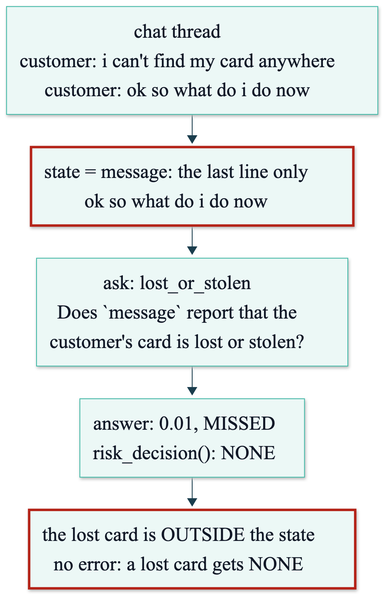
axel-sirota/getting_started_jev keeps this Mermaid diagram as course/diagrams/module_02/p2-problem-last-line.png. Above is the earlier version. Its source is kept beside it as course/diagrams/module_02/p2-problem-last-line.mmd. Source of this version:
```mermaid
%%{init: {"theme": "base", "themeVariables": {"fontFamily": "Inter, sans-serif", "primaryColor": "#ECF8F6", "primaryBorderColor": "#40B8A6", "primaryTextColor": "#111827", "lineColor": "#1A3D4D", "secondaryColor": "#F9FAFB", "tertiaryColor": "#FFFFFF", "clusterBkg": "#F9FAFB", "clusterBorder": "#D1D5DB", "actorBkg": "#ECF8F6", "actorBorder": "#40B8A6", "noteBkgColor": "#FFF6DA", "noteBorderColor": "#E0B84C"}}}%%
flowchart TD
  T["chat thread<br/>customer: i can't find my card anywhere<br/>customer: ok so what do i do now"] --> S["state = message: the last line only<br/>ok so what do i do now"]
  S --> Q["ask: lost_or_stolen<br/>Does `message` report that the<br/>customer's card is lost or stolen?"]
  Q --> A["answer: 0.01, MISSED<br/>risk_decision(): NONE"]
  A --> X["the lost card is OUTSIDE the state<br/>no error: a lost card gets NONE"]
  style S stroke:#B42318,stroke-width:3px
  style X stroke:#B42318,stroke-width:3px
```
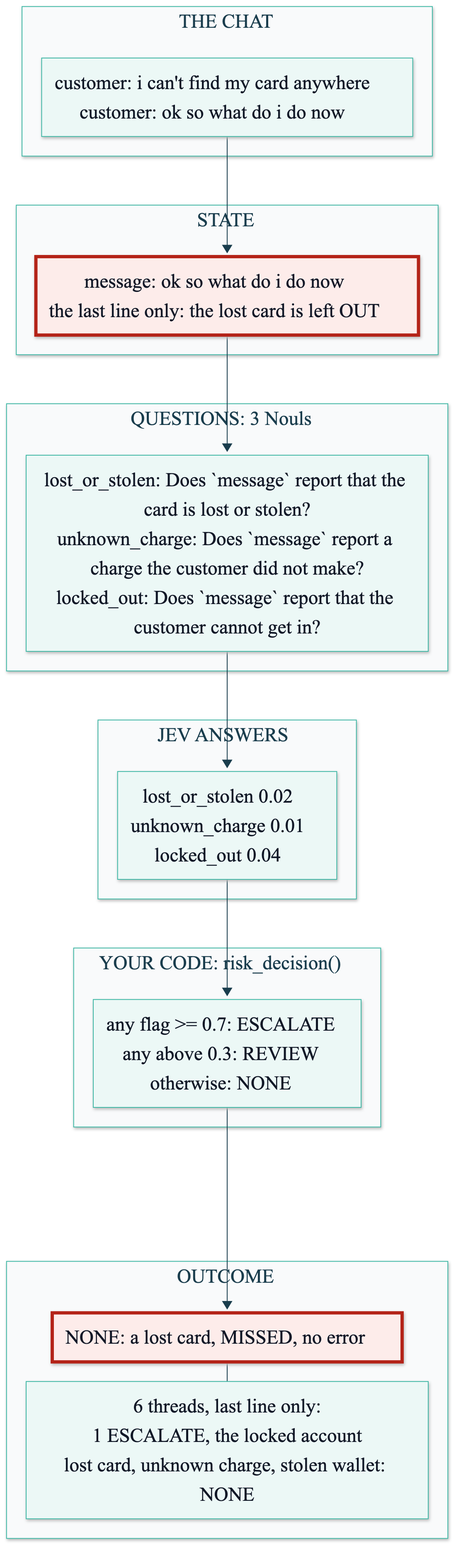
The same diagram one commit later.

Change to the diagram source:
```diff
@@ -1,8 +1,29 @@
 %%{init: {"theme": "base", "themeVariables": {"fontFamily": "Inter, sans-serif", "primaryColor": "#ECF8F6", "primaryBorderColor": "#40B8A6", "primaryTextColor": "#111827", "lineColor": "#1A3D4D", "secondaryColor": "#F9FAFB", "tertiaryColor": "#FFFFFF", "clusterBkg": "#F9FAFB", "clusterBorder": "#D1D5DB", "actorBkg": "#ECF8F6", "actorBorder": "#40B8A6", "noteBkgColor": "#FFF6DA", "noteBorderColor": "#E0B84C"}}}%%
 flowchart TD
-  T["chat thread<br/>customer: i can't find my card anywhere<br/>customer: ok so what do i do now"] --> S["state = message: the last line only<br/>ok so what do i do now"]
-  S --> Q["ask: lost_or_stolen<br/>Does `message` report that the<br/>customer's card is lost or stolen?"]
-  Q --> A["answer: 0.01, MISSED<br/>risk_decision(): NONE"]
-  A --> X["the lost card is OUTSIDE the state<br/>no error: a lost card gets NONE"]
-  style S stroke:#B42318,stroke-width:3px
-  style X stroke:#B42318,stroke-width:3px
+  subgraph CHAT["THE CHAT"]
+    T["customer: i can't find my card anywhere<br/>customer: ok so what do i do now"]
+  end
+  subgraph STATE["STATE"]
+    S["message: ok so what do i do now<br/>the last line only: the lost card is left OUT"]
+  end
+  subgraph QUESTIONS["QUESTIONS: 3 Nouls"]
+    Q["lost_or_stolen: Does `message` report that the card is lost or stolen?<br/>unknown_charge: Does `message` report a charge the customer did not make?<br/>locked_out: Does `message` report that the customer cannot get in?"]
+  end
+  subgraph ANSWERS["JEV ANSWERS"]
+    A["lost_or_stolen 0.02<br/>unknown_charge 0.01<br/>locked_out 0.04"]
+  end
+  subgraph CODE["YOUR CODE: risk_decision()"]
+    C["any flag >= 0.7: ESCALATE<br/>any above 0.3: REVIEW<br/>otherwise: NONE"]
+  end
+  subgraph OUTCOME["OUTCOME"]
+    O["NONE: a lost card, MISSED, no error"]
+    R["6 threads, last line only:<br/>1 ESCALATE, the locked account<br/>lost card, unknown charge, stolen wallet: NONE"]
+  end
+  T --> S --> Q --> A --> C --> O
+  O --- R
+
+  classDef fail fill:#FDECEA,stroke:#B42318,stroke-width:4px
+  classDef changed fill:#D5F2EC,stroke:#1A3D4D,stroke-width:4px
+  classDef ok fill:#ECF8F6,stroke:#1A3D4D,stroke-width:3px
+  class S fail
+  class O fail
```
